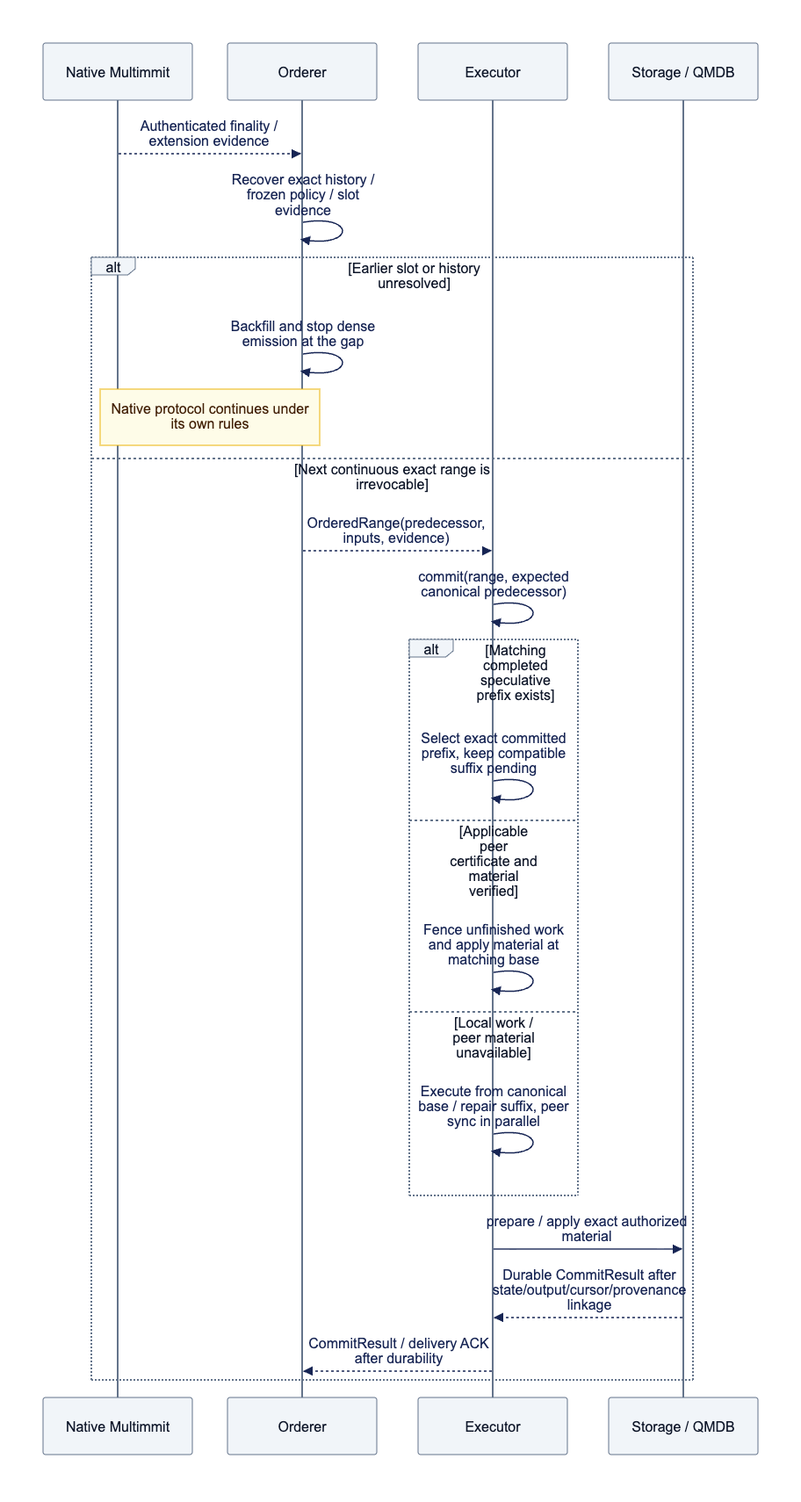
djm07073/baton-research keeps this Mermaid diagram as docs/assets/diagrams/diagram-08.png. Above is the earlier version. Its source is kept beside it as docs/assets/diagrams/diagram-08.mmd.
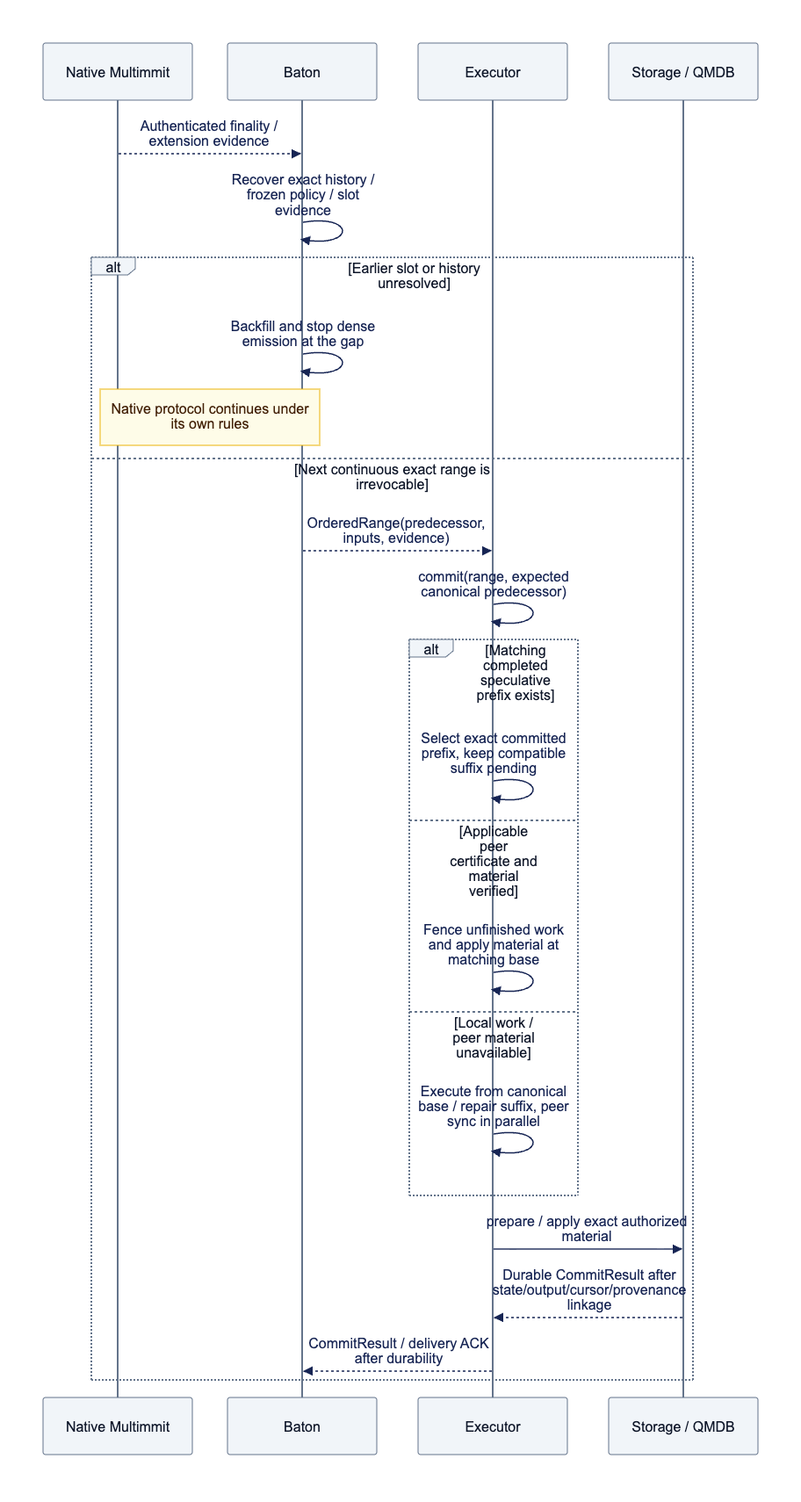
Above is the later version.

The edit, as a diff of the source:
```diff
@@ -1,6 +1,6 @@
 sequenceDiagram
     participant N as Native Multimmit
-    participant M as Orderer
+    participant M as Baton
     participant E as Executor
     participant S as Storage / QMDB
     N-->>M: Authenticated finality / extension evidence
```
